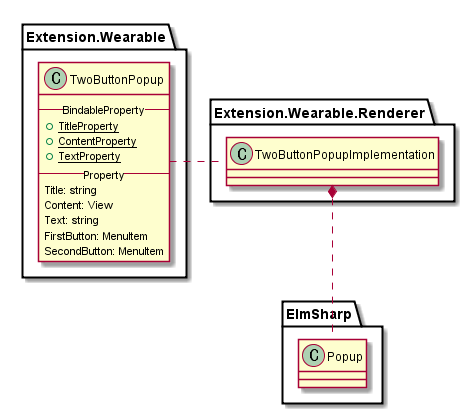
Before: doc/design/uml/TwoButtonPopup.png, a diagram exported from PlantUML (Samsung/Tizen.CircularUI).
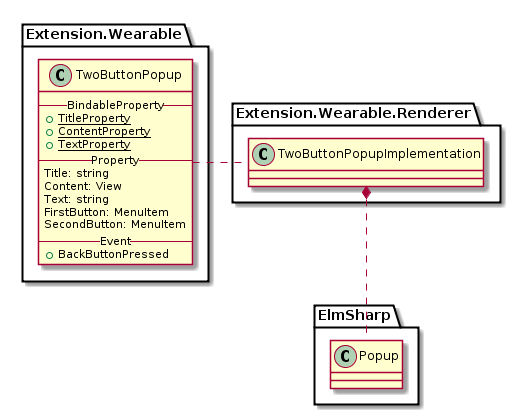
After the commit.

Diff of the diagram source:
```diff
@@ -12,6 +12,8 @@
         Text: string
         FirstButton: MenuItem
         SecondButton: MenuItem
+        --Event--
+        +BackButtonPressed
     }
 }
 
```
